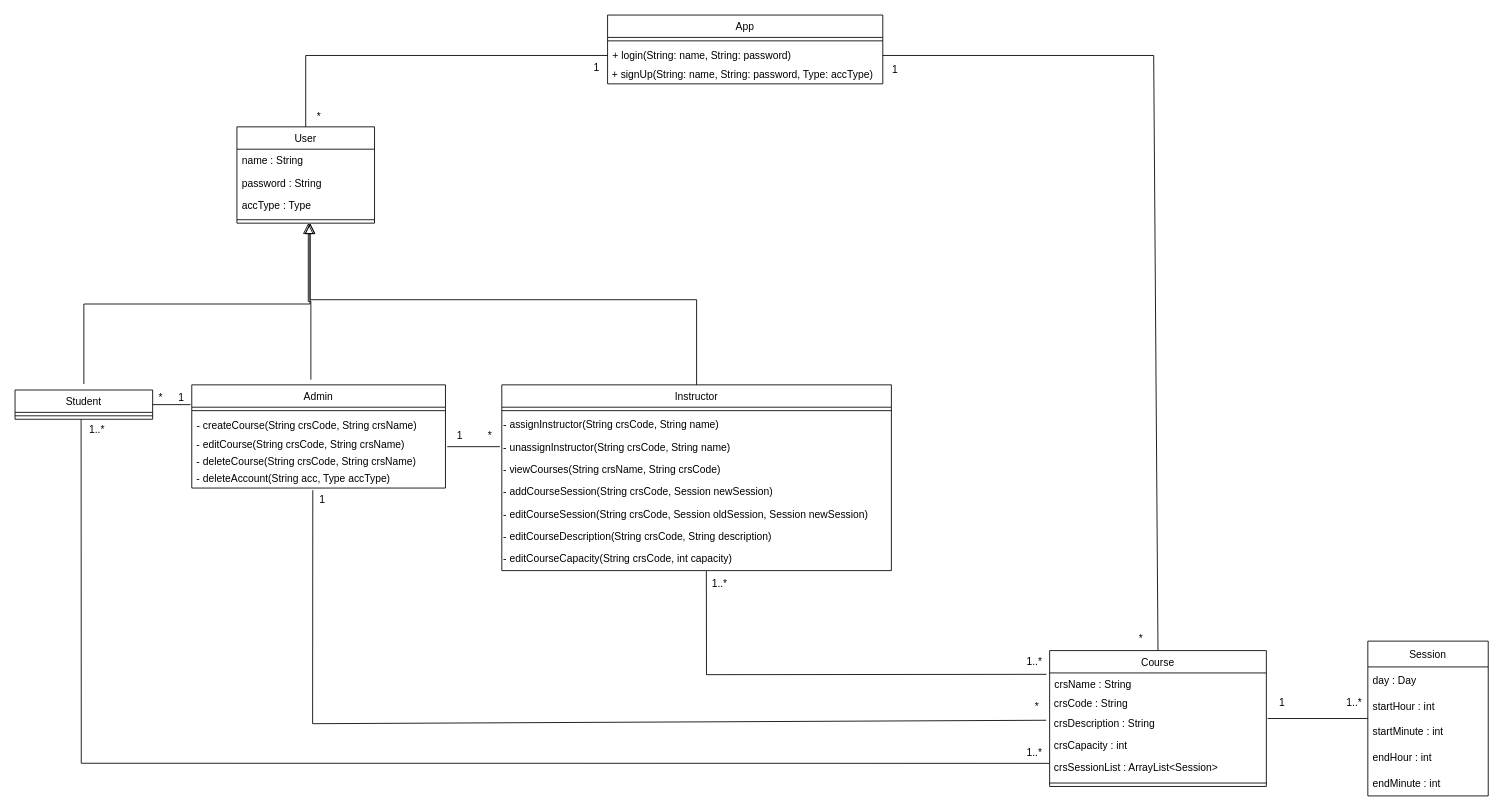
Above: project2 (1).drawio in uOttawa-Summer2022/Project-Group-5 (draw.io), before the change. Source tidied: cells renumbered, new cells numbered last; positions are measured from the earlier drawing's top-left corner, leaving out a move shared by most shapes. Both pictures are drawn from the tidied source at 86%, with x=0, y=0 at pixel (15, 15).
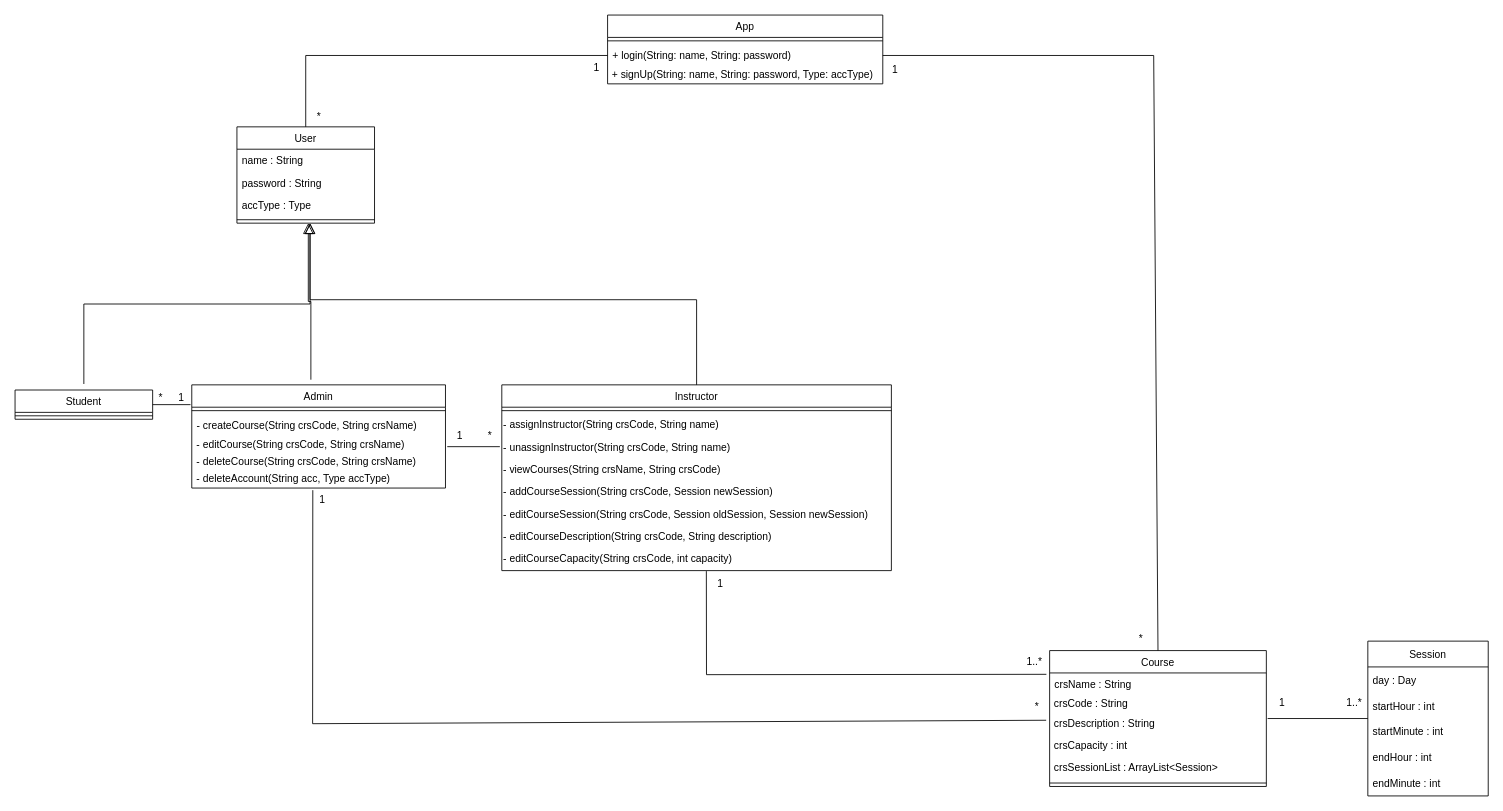
The same page after the edit.

Commit message (it also covers changes not shown here):
fixed UML Class Diagram

The change refers to these unchanged cells:
```xml
<mxCell id="15" style="line;html=1;strokeWidth=1;align=left;verticalAlign=middle;spacingTop=-1;spacingLeft=3;spacingRight=3;labelPosition=right;points=[];portConstraint=eastwest;" parent="14" vertex="1">
  <mxGeometry y="26" width="160" height="8" as="geometry" />
</mxCell>
<mxCell id="38" value="&amp;nbsp;crsSessionList : ArrayList&amp;lt;Session&amp;gt;" style="text;html=1;align=left;verticalAlign=middle;points=[];fillColor=none;strokeColor=none;rounded=0;" parent="33" vertex="1">
  <mxGeometry y="124" width="252" height="26" as="geometry" />
</mxCell>
```

Diff of the diagram source:
```diff
@@
-    <mxCell id="59" style="endArrow=none;html=1;rounded=0;entryX=0.48;entryY=1.015;entryDx=0;entryDy=0;entryPerimeter=0;exitX=-0.001;exitY=0.274;exitDx=0;exitDy=0;exitPerimeter=0;" parent="1" edge="1" source="38" target="15">
-      <mxGeometry relative="1" as="geometry">
-        <Array as="points">
-          <mxPoint x="77" y="870" />
-        </Array>
-      </mxGeometry>
-    </mxCell>
@@
-    <mxCell id="64" value="1..*" style="text;html=1;align=center;verticalAlign=middle;fillColor=none;strokeColor=none;rounded=0;" parent="1" vertex="1">
-      <mxGeometry x="805" y="653" width="28" height="18" as="geometry" />
+    <mxCell id="64" value="1" style="text;html=1;align=center;verticalAlign=middle;fillColor=none;strokeColor=none;rounded=0;" parent="1" vertex="1">
+      <mxGeometry x="807" y="649" width="25" height="26" as="geometry" />
     </mxCell>
@@
-    <mxCell id="66" value="1..*" style="text;html=1;align=center;verticalAlign=middle;fillColor=none;strokeColor=none;rounded=0;" parent="1" vertex="1">
-      <mxGeometry x="1171" y="849" width="28" height="18" as="geometry" />
-    </mxCell>
-    <mxCell id="67" value="1..*" style="text;html=1;align=center;verticalAlign=middle;fillColor=none;strokeColor=none;rounded=0;" parent="1" vertex="1">
-      <mxGeometry x="81" y="474" width="28" height="18" as="geometry" />
-    </mxCell>
```
